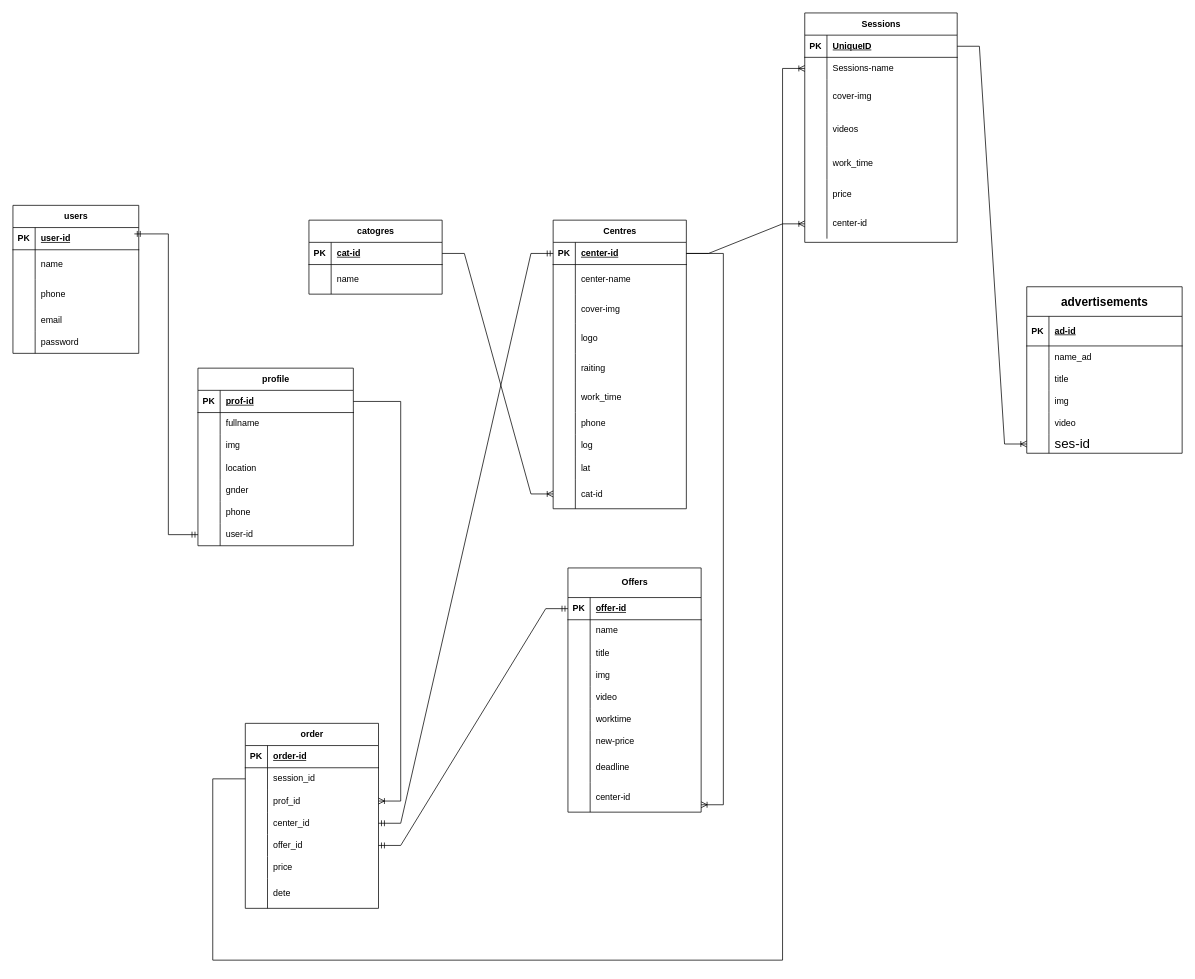
Earlier version of the draw.io diagram backend.drawio (SAFAWI0/My-Center). Source tidied: cells renumbered, new cells numbered last; positions are measured from the earlier drawing's top-left corner, leaving out a move shared by most shapes. Both pictures are drawn from the tidied source at 74%, with x=0, y=0 at pixel (13, 13).
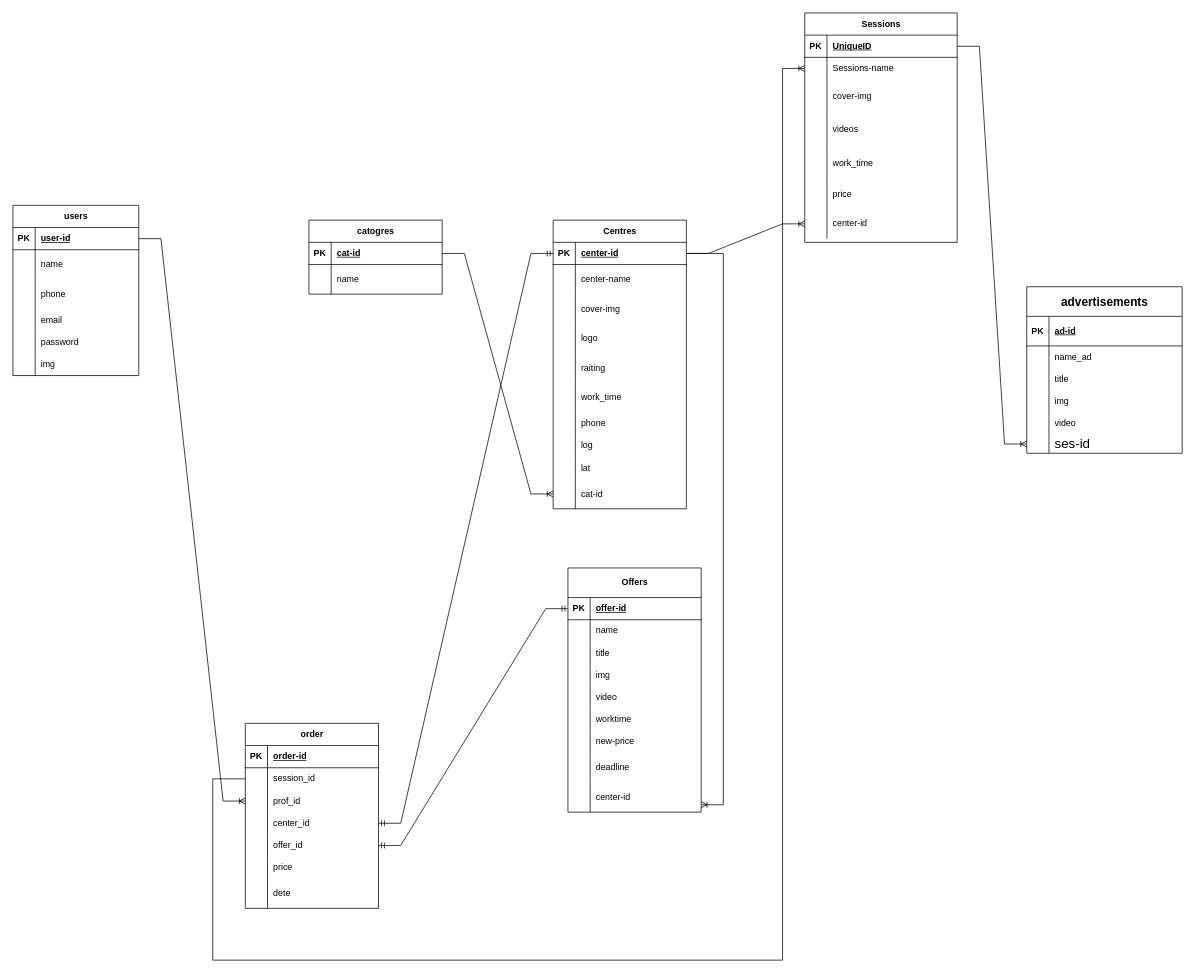
Above is the later version.

The change refers to these unchanged cells:
```xml
<mxCell id="3" style="shape=tableRow;horizontal=0;startSize=0;swimlaneHead=0;swimlaneBody=0;fillColor=none;points=[[0,0.5],[1,0.5]];portConstraint=eastwest;top=0;left=0;right=0;bottom=1;" parent="2" vertex="1">
  <mxGeometry y="30" width="170" height="30" as="geometry" />
</mxCell>
<mxCell id="107" style="shape=tableRow;horizontal=0;startSize=0;swimlaneHead=0;swimlaneBody=0;fillColor=none;points=[[0,0.5],[1,0.5]];portConstraint=eastwest;top=0;left=0;right=0;bottom=0;" parent="100" vertex="1">
  <mxGeometry y="90" width="180" height="30" as="geometry" />
</mxCell>
```

The edit, as a diff of the source:
```diff
@@
     <mxCell id="2" value="users" style="shape=table;startSize=30;childLayout=tableLayout;rowLines=0;fontStyle=1;align=center;html=1;" parent="1" vertex="1">
-      <mxGeometry y="260" width="170" height="200" as="geometry" />
+      <mxGeometry y="260" width="170" height="230" as="geometry" />
     </mxCell>
@@
-    <mxCell id="18" value="profile" style="shape=table;startSize=30;childLayout=tableLayout;rowLines=0;fontStyle=1;align=center;html=1;" parent="1" vertex="1">
-      <mxGeometry x="250" y="480" width="210" height="240" as="geometry" />
-    </mxCell>
-    <mxCell id="19" style="shape=tableRow;horizontal=0;startSize=0;swimlaneHead=0;swimlaneBody=0;fillColor=none;points=[[0,0.5],[1,0.5]];portConstraint=eastwest;top=0;left=0;right=0;bottom=1;" parent="18" vertex="1">
-      <mxGeometry y="30" width="210" height="30" as="geometry" />
-    </mxCell>
-    <mxCell id="20" value="PK" style="shape=partialRectangle;fillColor=none;top=0;left=0;bottom=0;right=0;fontStyle=1;overflow=hidden;whiteSpace=wrap;html=1;" parent="19" vertex="1">
-      <mxGeometry width="30" height="30" as="geometry" />
-    </mxCell>
-    <mxCell id="21" value="prof-id" style="shape=partialRectangle;fillColor=none;top=0;left=0;bottom=0;right=0;align=left;spacingLeft=6;fontStyle=5;overflow=hidden;whiteSpace=wrap;html=1;" parent="19" vertex="1">
-      <mxGeometry x="30" width="180" height="30" as="geometry" />
-    </mxCell>
-    <mxCell id="22" style="shape=tableRow;horizontal=0;startSize=0;swimlaneHead=0;swimlaneBody=0;fillColor=none;top=0;left=0;right=0;bottom=0;" parent="18" vertex="1">
-      <mxGeometry y="60" width="210" height="30" as="geometry" />
-    </mxCell>
-    <mxCell id="23" style="shape=partialRectangle;fillColor=none;top=0;left=0;bottom=0;right=0;overflow=hidden;whiteSpace=wrap;html=1;" parent="22" vertex="1">
-      <mxGeometry width="30" height="30" as="geometry" />
-    </mxCell>
-    <mxCell id="24" value="fullname" style="shape=partialRectangle;fillColor=none;top=0;left=0;bottom=0;right=0;align=left;spacingLeft=6;overflow=hidden;whiteSpace=wrap;html=1;" parent="22" vertex="1">
-      <mxGeometry x="30" width="180" height="30" as="geometry" />
-    </mxCell>
-    <mxCell id="25" style="shape=tableRow;horizontal=0;startSize=0;swimlaneHead=0;swimlaneBody=0;fillColor=none;top=0;left=0;right=0;bottom=0;" parent="18" vertex="1">
-      <mxGeometry y="90" width="210" height="30" as="geometry" />
-    </mxCell>
-    <mxCell id="26" style="shape=partialRectangle;fillColor=none;top=0;left=0;bottom=0;right=0;overflow=hidden;whiteSpace=wrap;html=1;" parent="25" vertex="1">
-      <mxGeometry width="30" height="30" as="geometry" />
-    </mxCell>
+    <mxCell id="178" style="shape=tableRow;horizontal=0;startSize=0;swimlaneHead=0;swimlaneBody=0;fillColor=none;top=0;left=0;right=0;bottom=0;" parent="2" vertex="1">
+      <mxGeometry y="200" width="170" height="30" as="geometry" />
+    </mxCell>
+    <mxCell id="179" style="shape=partialRectangle;fillColor=none;top=0;left=0;bottom=0;right=0;overflow=hidden;whiteSpace=wrap;html=1;" parent="178" vertex="1">
+      <mxGeometry width="30" height="30" as="geometry" />
+    </mxCell>
-    <mxCell id="27" value="img" style="shape=partialRectangle;fillColor=none;top=0;left=0;bottom=0;right=0;align=left;spacingLeft=6;overflow=hidden;whiteSpace=wrap;html=1;" parent="25" vertex="1">
-      <mxGeometry x="30" width="180" height="30" as="geometry" />
+    <mxCell id="27" value="img" style="shape=partialRectangle;fillColor=none;top=0;left=0;bottom=0;right=0;align=left;spacingLeft=6;overflow=hidden;whiteSpace=wrap;html=1;" parent="178" vertex="1">
+      <mxGeometry x="30" width="140" height="30" as="geometry" />
     </mxCell>
-    <mxCell id="28" style="shape=tableRow;horizontal=0;startSize=0;swimlaneHead=0;swimlaneBody=0;fillColor=none;top=0;left=0;right=0;bottom=0;" parent="18" vertex="1">
-      <mxGeometry y="120" width="210" height="30" as="geometry" />
-    </mxCell>
-    <mxCell id="29" style="shape=partialRectangle;fillColor=none;top=0;left=0;bottom=0;right=0;overflow=hidden;whiteSpace=wrap;html=1;" parent="28" vertex="1">
-      <mxGeometry width="30" height="30" as="geometry" />
-    </mxCell>
-    <mxCell id="30" value="location" style="shape=partialRectangle;fillColor=none;top=0;left=0;bottom=0;right=0;align=left;spacingLeft=6;overflow=hidden;whiteSpace=wrap;html=1;" parent="28" vertex="1">
-      <mxGeometry x="30" width="180" height="30" as="geometry" />
-    </mxCell>
-    <mxCell id="31" style="shape=tableRow;horizontal=0;startSize=0;swimlaneHead=0;swimlaneBody=0;fillColor=none;top=0;left=0;right=0;bottom=0;" parent="18" vertex="1">
-      <mxGeometry y="150" width="210" height="30" as="geometry" />
-    </mxCell>
-    <mxCell id="32" style="shape=partialRectangle;fillColor=none;top=0;left=0;bottom=0;right=0;overflow=hidden;whiteSpace=wrap;html=1;" parent="31" vertex="1">
-      <mxGeometry width="30" height="30" as="geometry" />
-    </mxCell>
-    <mxCell id="33" value="gnder" style="shape=partialRectangle;fillColor=none;top=0;left=0;bottom=0;right=0;align=left;spacingLeft=6;overflow=hidden;whiteSpace=wrap;html=1;" parent="31" vertex="1">
-      <mxGeometry x="30" width="180" height="30" as="geometry" />
-    </mxCell>
-    <mxCell id="34" style="shape=tableRow;horizontal=0;startSize=0;swimlaneHead=0;swimlaneBody=0;fillColor=none;top=0;left=0;right=0;bottom=0;" parent="18" vertex="1">
-      <mxGeometry y="180" width="210" height="30" as="geometry" />
-    </mxCell>
-    <mxCell id="35" style="shape=partialRectangle;fillColor=none;top=0;left=0;bottom=0;right=0;overflow=hidden;whiteSpace=wrap;html=1;" parent="34" vertex="1">
-      <mxGeometry width="30" height="30" as="geometry" />
-    </mxCell>
-    <mxCell id="36" value="phone" style="shape=partialRectangle;fillColor=none;top=0;left=0;bottom=0;right=0;align=left;spacingLeft=6;overflow=hidden;whiteSpace=wrap;html=1;" parent="34" vertex="1">
-      <mxGeometry x="30" width="180" height="30" as="geometry" />
-    </mxCell>
-    <mxCell id="37" style="shape=tableRow;horizontal=0;startSize=0;swimlaneHead=0;swimlaneBody=0;fillColor=none;points=[[0,0.5],[1,0.5]];portConstraint=eastwest;top=0;left=0;right=0;bottom=0;" parent="18" vertex="1">
-      <mxGeometry y="210" width="210" height="30" as="geometry" />
-    </mxCell>
-    <mxCell id="38" style="shape=partialRectangle;fillColor=none;top=0;left=0;bottom=0;right=0;overflow=hidden;whiteSpace=wrap;html=1;" parent="37" vertex="1">
-      <mxGeometry width="30" height="30" as="geometry" />
-    </mxCell>
-    <mxCell id="39" value="user-id" style="shape=partialRectangle;fillColor=none;top=0;left=0;bottom=0;right=0;align=left;spacingLeft=6;overflow=hidden;whiteSpace=wrap;html=1;" parent="37" vertex="1">
-      <mxGeometry x="30" width="180" height="30" as="geometry" />
-    </mxCell>
@@
-    <mxCell id="122" style="edgeStyle=orthogonalEdgeStyle;fontSize=12;html=1;endArrow=ERmandOne;startArrow=ERmandOne;rounded=0;exitX=0.965;exitY=0.287;exitDx=0;exitDy=0;exitPerimeter=0;elbow=vertical;" parent="1" edge="1" source="3" target="37">
-      <mxGeometry relative="1" as="geometry" />
-    </mxCell>
@@
-    <mxCell id="175" style="edgeStyle=entityRelationEdgeStyle;fontSize=12;html=1;endArrow=ERoneToMany;rounded=0;" parent="1" edge="1" source="19" target="107">
+    <mxCell id="175" style="edgeStyle=entityRelationEdgeStyle;fontSize=12;html=1;endArrow=ERoneToMany;rounded=0;exitX=1;exitY=0.5;exitDx=0;exitDy=0;" parent="1" edge="1" source="3" target="107">
       <mxGeometry relative="1" as="geometry" />
     </mxCell>
```
